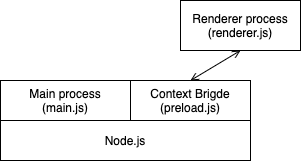
This is images/electron-3.drawio.png from kondoumh/history-of-electron-quick-start, a draw.io export, as it was before one commit. Source tidied: cells renumbered, new cells last; positions are measured from the earlier drawing's top-left corner, leaving out a move shared by most shapes. Its diagram source:
```xml
<mxGraphModel>
  <root>
    <mxCell id="0" />
    <mxCell id="1" parent="0" />
    <mxCell id="2" value="Node.js" style="rounded=0;whiteSpace=wrap;html=1;" parent="1" vertex="1">
      <mxGeometry y="120" width="250" height="40" as="geometry" />
    </mxCell>
    <mxCell id="3" value="Main process&lt;br&gt;(main.js)" style="rounded=0;whiteSpace=wrap;html=1;" parent="1" vertex="1">
      <mxGeometry y="80" width="130" height="40" as="geometry" />
    </mxCell>
    <mxCell id="4" style="edgeStyle=none;html=1;exitX=0.5;exitY=1;exitDx=0;exitDy=0;entryX=0.5;entryY=0;entryDx=0;entryDy=0;startArrow=open;startFill=0;endArrow=open;endFill=0;" parent="1" edge="1" source="5" target="6">
      <mxGeometry relative="1" as="geometry" />
    </mxCell>
    <mxCell id="5" value="Renderer process&lt;br&gt;(renderer.js)" style="rounded=0;whiteSpace=wrap;html=1;" parent="1" vertex="1">
      <mxGeometry x="180" width="120" height="50" as="geometry" />
    </mxCell>
    <mxCell id="6" value="Context Brigde&lt;br&gt;(preload.js)" style="rounded=0;whiteSpace=wrap;html=1;" parent="1" vertex="1">
      <mxGeometry x="130" y="80" width="120" height="40" as="geometry" />
    </mxCell>
  </root>
</mxGraphModel>
```
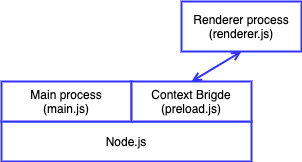
The same diagram one commit later.

The edit, as a diff of the source:
```diff
@@ -2,19 +2,19 @@
   <root>
     <mxCell id="0" />
     <mxCell id="1" parent="0" />
-    <mxCell id="2" value="Node.js" style="rounded=0;whiteSpace=wrap;html=1;" parent="1" vertex="1">
+    <mxCell id="2" value="Node.js" style="rounded=0;whiteSpace=wrap;html=1;strokeColor=#3333FF;strokeWidth=2;" parent="1" vertex="1">
       <mxGeometry y="120" width="250" height="40" as="geometry" />
     </mxCell>
-    <mxCell id="3" value="Main process&lt;br&gt;(main.js)" style="rounded=0;whiteSpace=wrap;html=1;" parent="1" vertex="1">
+    <mxCell id="3" value="Main process&lt;br&gt;(main.js)" style="rounded=0;whiteSpace=wrap;html=1;strokeColor=#3333FF;strokeWidth=2;" parent="1" vertex="1">
       <mxGeometry y="80" width="130" height="40" as="geometry" />
     </mxCell>
-    <mxCell id="4" style="edgeStyle=none;html=1;exitX=0.5;exitY=1;exitDx=0;exitDy=0;entryX=0.5;entryY=0;entryDx=0;entryDy=0;startArrow=open;startFill=0;endArrow=open;endFill=0;" parent="1" edge="1" source="5" target="6">
+    <mxCell id="4" style="edgeStyle=none;html=1;exitX=0.5;exitY=1;exitDx=0;exitDy=0;entryX=0.5;entryY=0;entryDx=0;entryDy=0;startArrow=open;startFill=0;endArrow=open;endFill=0;strokeColor=#3333FF;strokeWidth=2;" parent="1" edge="1" source="5" target="6">
       <mxGeometry relative="1" as="geometry" />
     </mxCell>
-    <mxCell id="5" value="Renderer process&lt;br&gt;(renderer.js)" style="rounded=0;whiteSpace=wrap;html=1;" parent="1" vertex="1">
+    <mxCell id="5" value="Renderer process&lt;br&gt;(renderer.js)" style="rounded=0;whiteSpace=wrap;html=1;strokeColor=#3333FF;strokeWidth=2;" parent="1" vertex="1">
       <mxGeometry x="180" width="120" height="50" as="geometry" />
     </mxCell>
-    <mxCell id="6" value="Context Brigde&lt;br&gt;(preload.js)" style="rounded=0;whiteSpace=wrap;html=1;" parent="1" vertex="1">
+    <mxCell id="6" value="Context Brigde&lt;br&gt;(preload.js)" style="rounded=0;whiteSpace=wrap;html=1;strokeColor=#3333FF;strokeWidth=2;" parent="1" vertex="1">
       <mxGeometry x="130" y="80" width="120" height="40" as="geometry" />
     </mxCell>
   </root>
```
